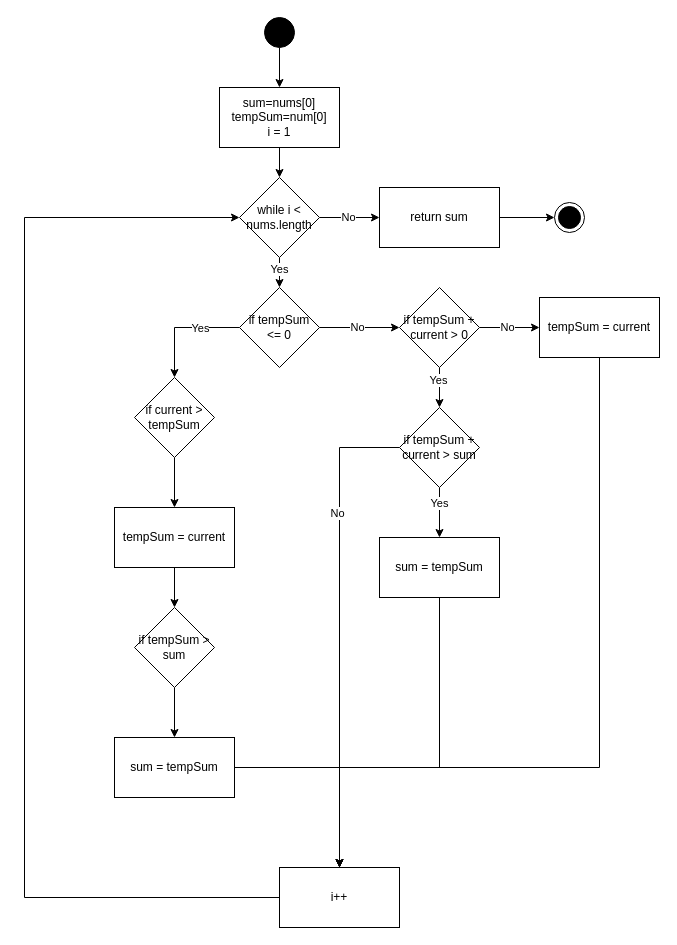
Before: misc/Thoughts.drawio in menghuali/BigO, a draw.io diagram. Source tidied: cells renumbered, new cells numbered last; positions are measured from the earlier drawing's top-left corner, leaving out a move shared by most shapes. Both pictures are drawn from the tidied source at 100%, with x=0, y=0 at pixel (24, 17).
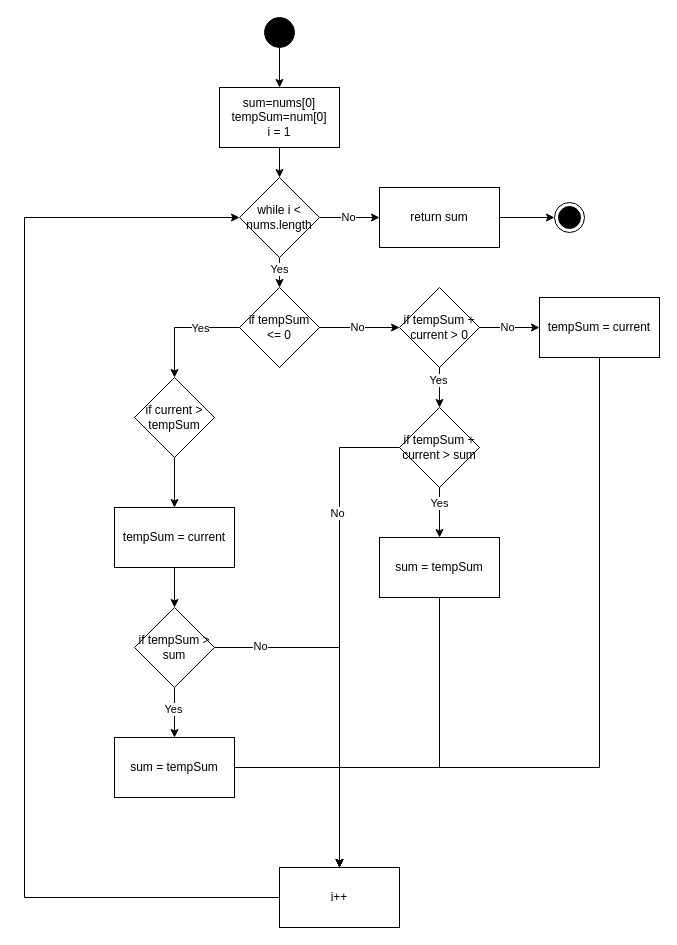
The same diagram, later.

Commit message (it also covers changes not shown here):
updated diagram of MaxSubarray

The change refers to these unchanged cells:
```xml
<mxCell id="18" style="edgeStyle=orthogonalEdgeStyle;rounded=0;jettySize=auto;html=1;" parent="1" edge="1" source="19" target="21">
  <mxGeometry relative="1" as="geometry" />
</mxCell>
<mxCell id="19" value="if tempSum &amp;gt; sum" style="rhombus;whiteSpace=wrap;html=1;" parent="1" vertex="1">
  <mxGeometry x="110" y="590" width="80" height="80" as="geometry" />
</mxCell>
<mxCell id="35" value="i++" style="whiteSpace=wrap;html=1;" parent="1" vertex="1">
  <mxGeometry x="255" y="850" width="120" height="60" as="geometry" />
</mxCell>
```

Diff of the diagram source:
```diff
@@
+    <mxCell id="43" value="Yes" style="edgeLabel;html=1;align=center;verticalAlign=middle;" parent="18" vertex="1">
+      <mxGeometry x="-0.16" y="-2" relative="1" as="geometry" />
+    </mxCell>
+    <mxCell id="44" style="edgeStyle=orthogonalEdgeStyle;rounded=0;jettySize=auto;html=1;" parent="1" edge="1" source="19" target="35">
+      <mxGeometry relative="1" as="geometry" />
+    </mxCell>
+    <mxCell id="45" value="No" style="edgeLabel;html=1;align=center;verticalAlign=middle;" parent="44" vertex="1">
+      <mxGeometry x="-0.74" y="2" relative="1" as="geometry" />
+    </mxCell>
```
